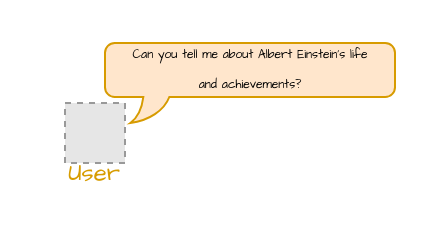
The draw.io diagram COT_SE_UQ.drawio in interments/COT_UQ, before the edit. Source tidied: cells renumbered, new cells numbered last; positions are measured from the earlier drawing's top-left corner, leaving out a move shared by most shapes. Both pictures are drawn from the tidied source at 200%, with x=0, y=0 at pixel (34, 34). Pictures stored in the file or linked from it are replaced by grey dashed boxes.
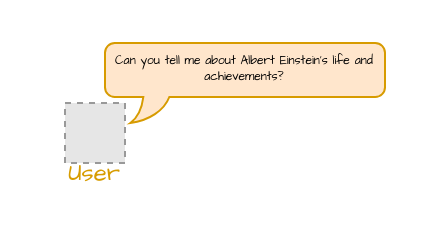
Above is the later version.

What changed in the source:
```diff
@@
 <mxGraphModel>
   <root>
     <mxCell id="0" />
     <mxCell id="1" parent="0" />
     <mxCell id="2" style="fillColor=#E6E6E6;strokeColor=#999999;dashed=1;verticalLabelPosition=bottom;labelBackgroundColor=default;verticalAlign=top;" parent="1" vertex="1">
       <mxGeometry x="15" y="34" width="30" height="30" as="geometry" />
     </mxCell>
     <mxCell id="3" style="whiteSpace=wrap;html=1;shape=mxgraph.basic.roundRectCallout;dx=25.67;dy=13;size=4.89;boundedLbl=1;fillColor=#ffe6cc;strokeColor=#d79b00;" parent="1" vertex="1">
-      <mxGeometry x="35" y="4" width="145" height="40" as="geometry" />
+      <mxGeometry x="35" y="4" width="140" height="40" as="geometry" />
     </mxCell>
     <mxCell id="4" value="&lt;font style=&quot;color: light-dark(rgb(215, 156, 0), rgb(237, 237, 237));&quot; face=&quot;Comic Sans MS&quot;&gt;User&lt;/font&gt;" style="text;html=1;align=center;verticalAlign=middle;whiteSpace=wrap;rounded=0;" parent="1" vertex="1">
       <mxGeometry y="54" width="60" height="30" as="geometry" />
     </mxCell>
-    <mxCell id="5" value="&lt;font style=&quot;font-size: 6px;&quot; face=&quot;Comic Sans MS&quot;&gt;Can you tell me about Albert Einstein's life and achievements?&lt;/font&gt;" style="text;html=1;align=center;verticalAlign=middle;whiteSpace=wrap;rounded=0;" parent="1" vertex="1">
-      <mxGeometry x="42.5" width="130" height="30" as="geometry" />
+    <mxCell id="5" value="Can you tell me about Albert Einstein's life and achievements?" style="text;align=center;verticalAlign=middle;rounded=0;fontFamily=Comic Sans MS;spacing=0;whiteSpace=wrap;fontSize=6;" parent="1" vertex="1">
+      <mxGeometry x="40" y="4" width="130" height="26" as="geometry" />
     </mxCell>
   </root>
 </mxGraphModel>
```
